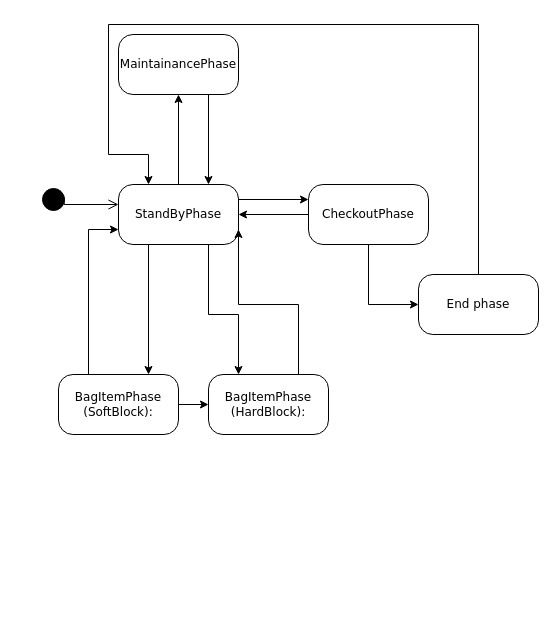
adam-25/Self-Checkout-System keeps this draw.io diagram as page "Generalized State Diagram" (1 of 3) of Diagrams/StateDiagrams/Untitled Diagram.drawio. Above is the earlier version. Source tidied: cells renumbered, new cells numbered last; positions are measured from the earlier drawing's top-left corner, leaving out a move shared by most shapes. Both pictures are drawn from the tidied source at 100%, with x=0, y=0 at pixel (38, 24).
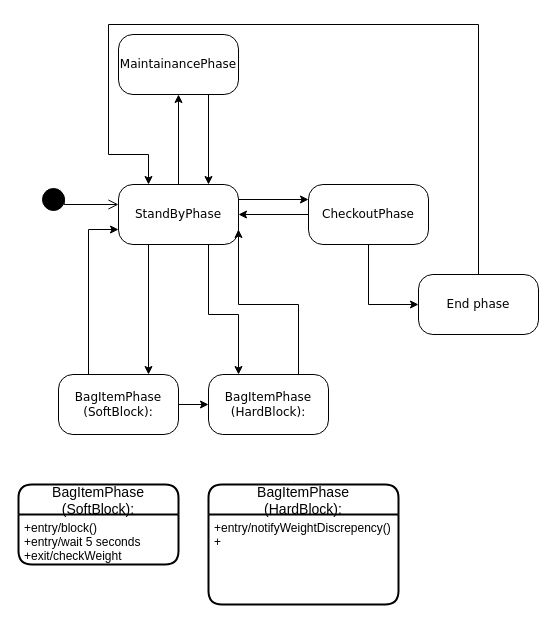
The same page after the edit.

Change to the diagram source:
```diff
@@
+    <mxCell id="21" value="BagItemPhase &#10;(SoftBlock):" style="swimlane;horizontal=1;startSize=30;rounded=1;fontSize=14;fontStyle=0;strokeWidth=2;shadow=0;dashed=0;align=center;" parent="1" vertex="1">
+      <mxGeometry x="-20" y="460" width="160" height="80" as="geometry" />
+    </mxCell>
+    <mxCell id="22" value="+entry/block()&#10;+entry/wait 5 seconds&#10;+exit/checkWeight" style="align=left;strokeColor=none;fillColor=none;spacingLeft=4;fontSize=12;verticalAlign=top;" parent="21" vertex="1">
+      <mxGeometry y="30" width="160" height="50" as="geometry" />
+    </mxCell>
+    <mxCell id="23" value="BagItemPhase&#10;(HardBlock):" style="swimlane;horizontal=1;startSize=30;rounded=1;fontSize=14;fontStyle=0;strokeWidth=2;shadow=0;dashed=0;align=center;" parent="1" vertex="1">
+      <mxGeometry x="170" y="460" width="190" height="120" as="geometry" />
+    </mxCell>
+    <mxCell id="24" value="+entry/notifyWeightDiscrepency()&#10;+ " style="align=left;strokeColor=none;fillColor=none;spacingLeft=4;fontSize=12;verticalAlign=top;" parent="23" vertex="1">
+      <mxGeometry y="30" width="190" height="90" as="geometry" />
+    </mxCell>
```
